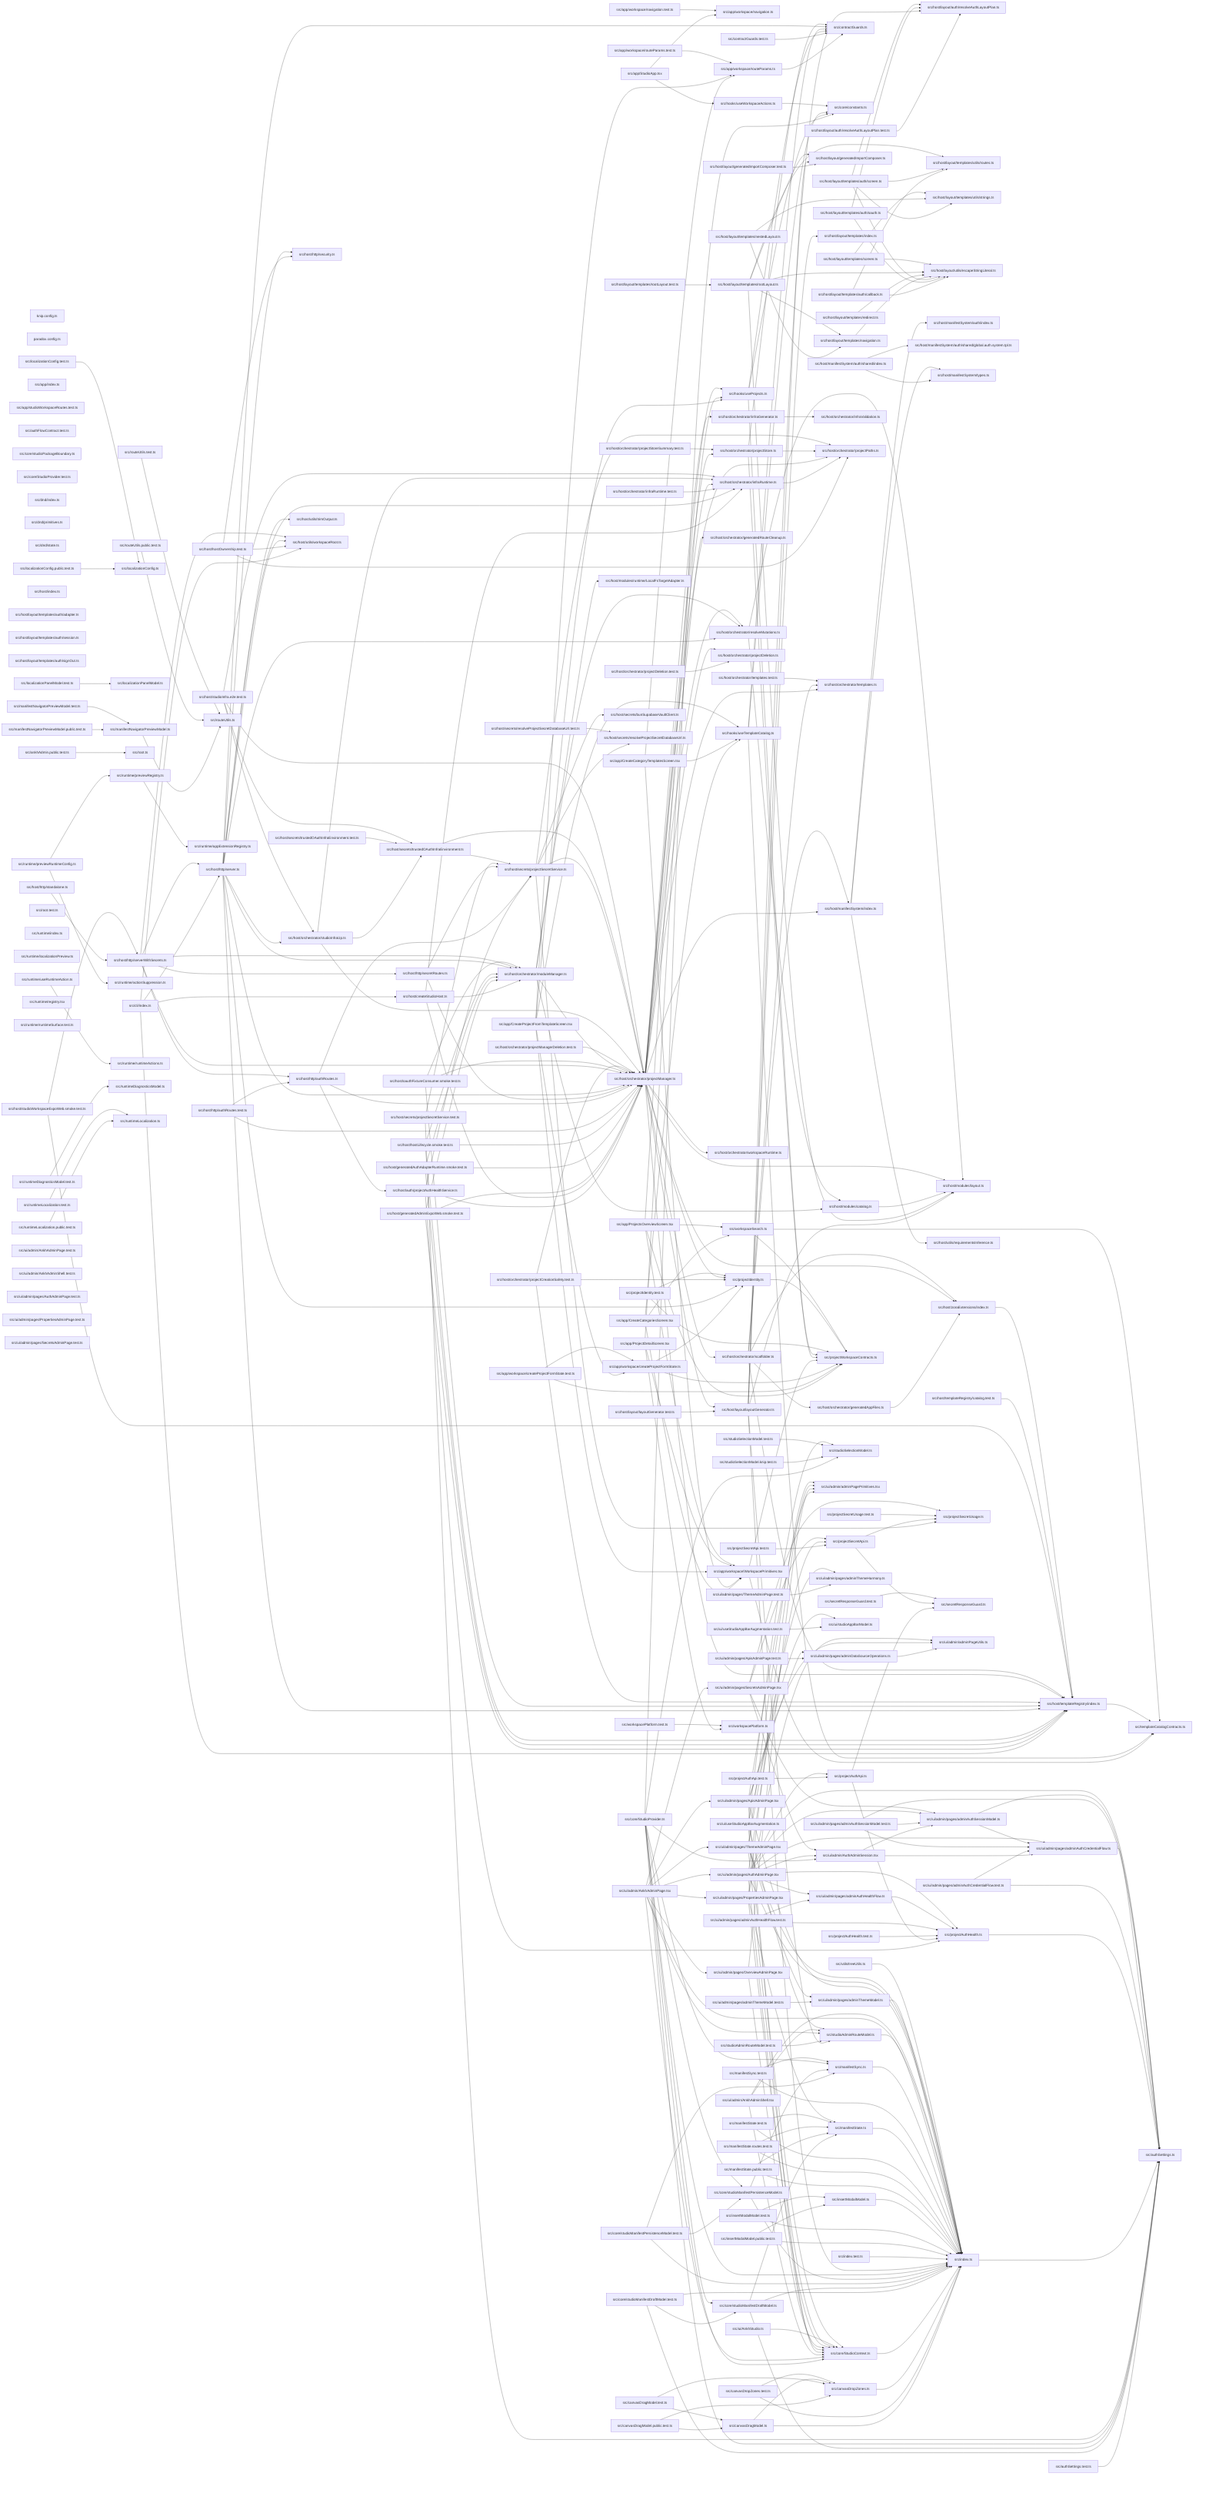
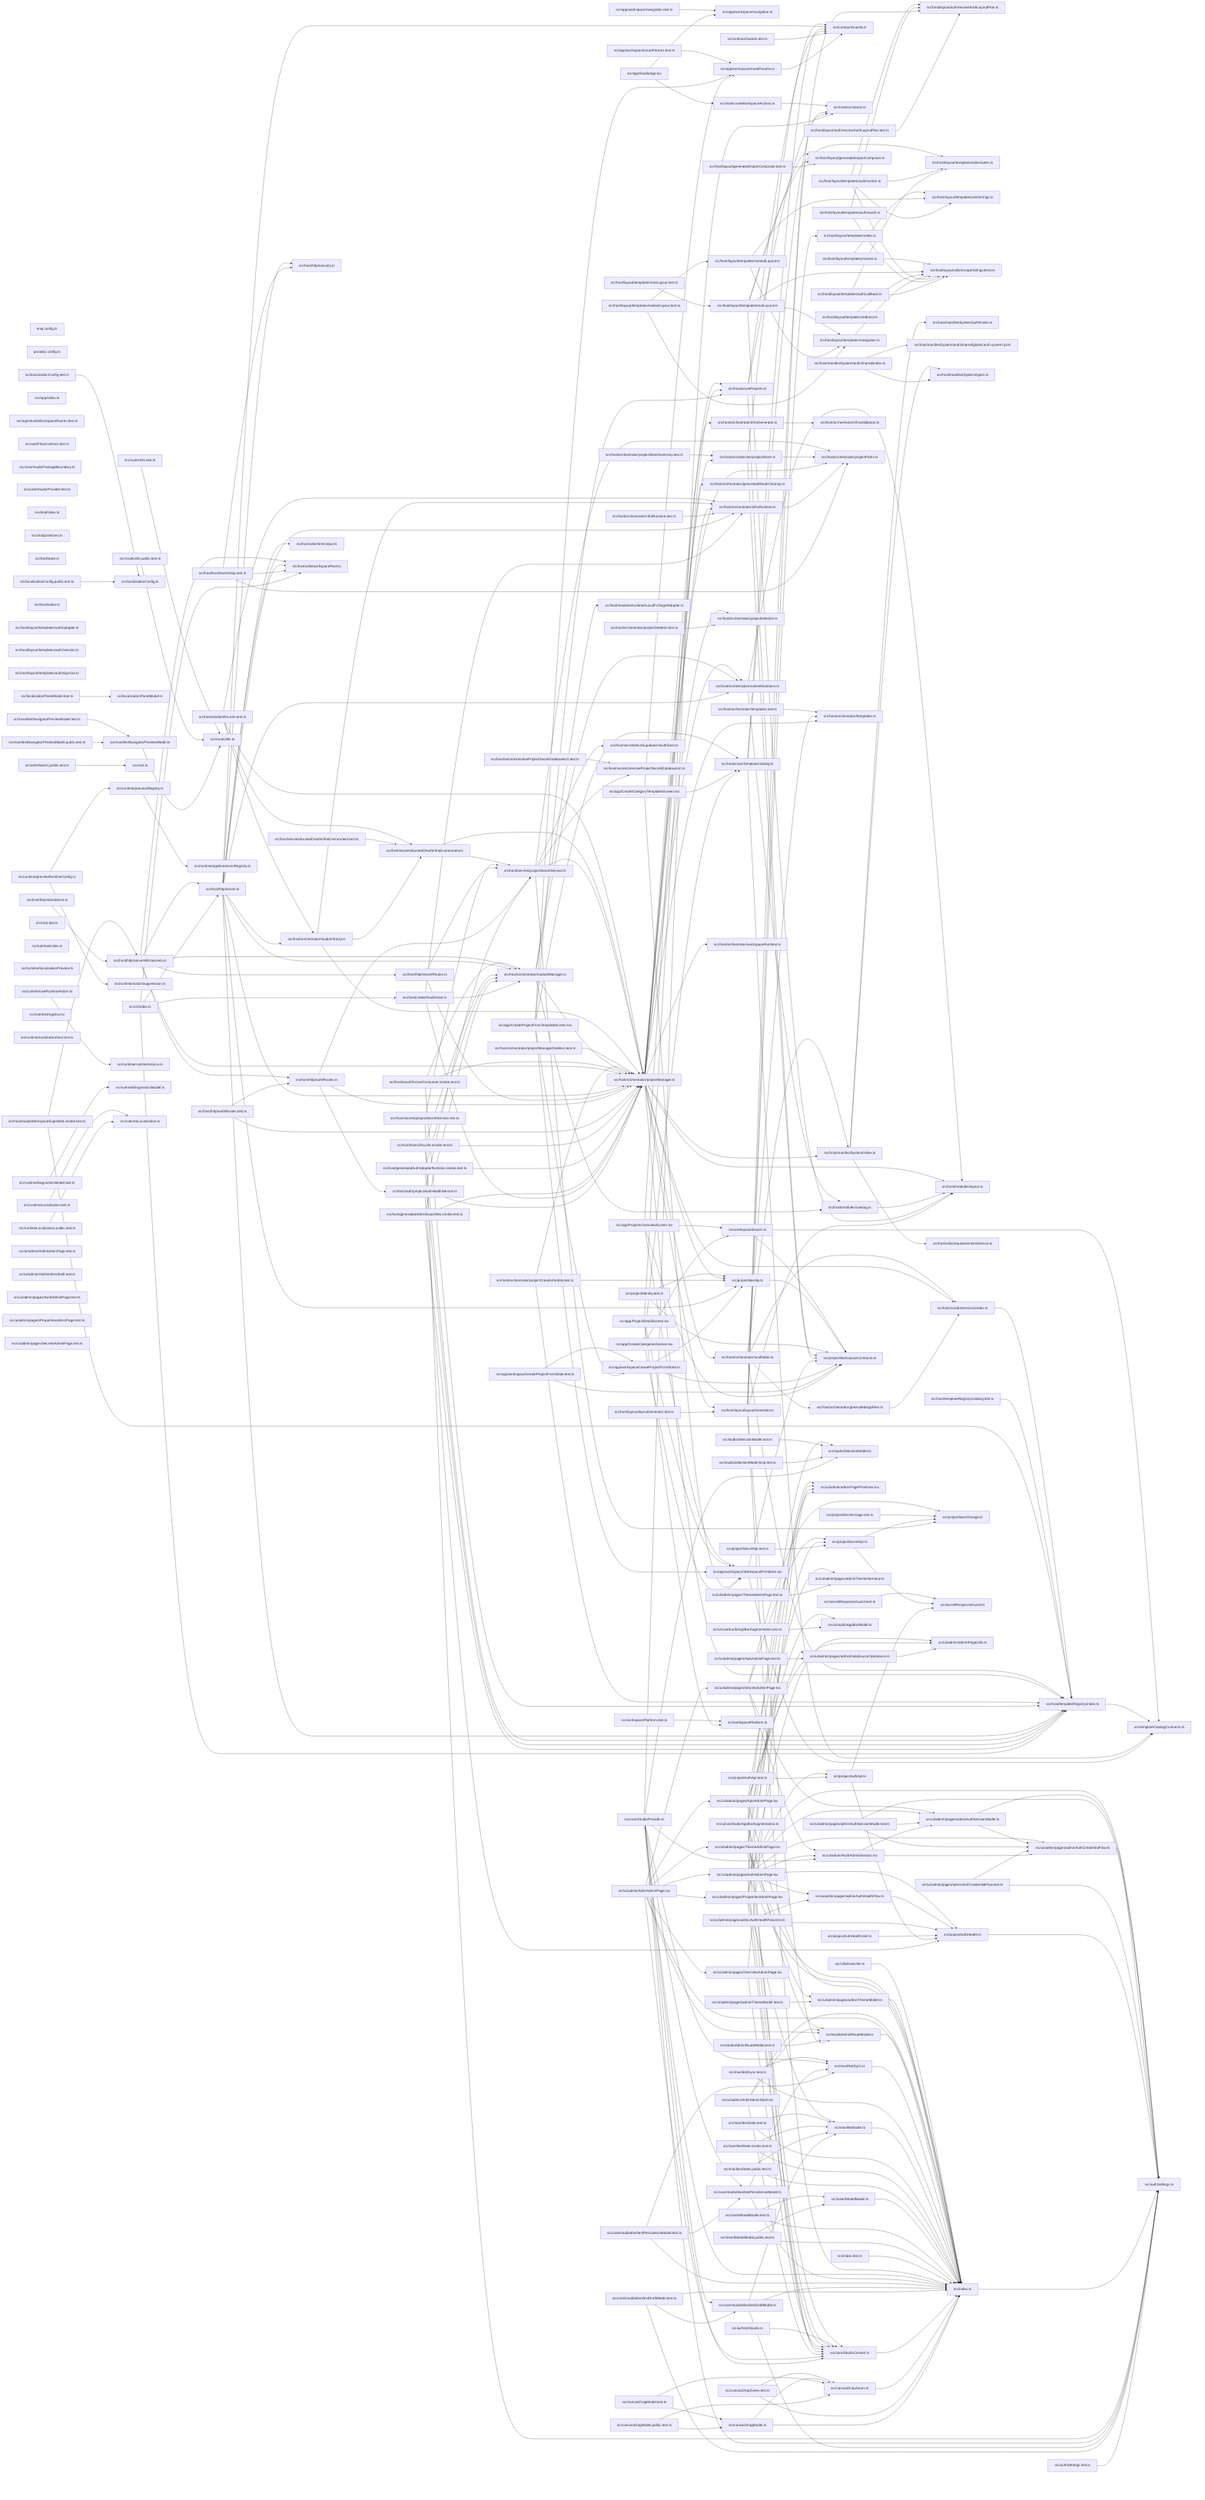
graph LR
  module_knip_config_ts["knip.config.ts"]
  module_paradox_config_ts["paradox.config.ts"]
  module_src_ankhAdmin_public_test_ts["src/ankhAdmin.public.test.ts"]
  module_src_app_CreateCategoriesScreen_tsx["src/app/CreateCategoriesScreen.tsx"]
  module_src_app_CreateCategoryTemplatesScreen_tsx["src/app/CreateCategoryTemplatesScreen.tsx"]
  module_src_app_CreateProjectFromTemplateScreen_tsx["src/app/CreateProjectFromTemplateScreen.tsx"]
  module_src_app_index_ts["src/app/index.ts"]
  module_src_app_ProjectDetailScreen_tsx["src/app/ProjectDetailScreen.tsx"]
  module_src_app_ProjectsOverviewScreen_tsx["src/app/ProjectsOverviewScreen.tsx"]
  module_src_app_StudioApp_tsx["src/app/StudioApp.tsx"]
  module_src_app_studioWorkspaceRoutes_test_ts["src/app/studioWorkspaceRoutes.test.ts"]
  module_src_app_workspace_createProjectFormState_test_ts["src/app/workspace/createProjectFormState.test.ts"]
  module_src_app_workspace_createProjectFormState_ts["src/app/workspace/createProjectFormState.ts"]
  module_src_app_workspace_navigation_test_ts["src/app/workspace/navigation.test.ts"]
  module_src_app_workspace_navigation_ts["src/app/workspace/navigation.ts"]
  module_src_app_workspace_routeParams_test_ts["src/app/workspace/routeParams.test.ts"]
  module_src_app_workspace_routeParams_ts["src/app/workspace/routeParams.ts"]
  module_src_app_workspace_WorkspacePrimitives_tsx["src/app/workspace/WorkspacePrimitives.tsx"]
  module_src_authFlowContract_test_ts["src/authFlowContract.test.ts"]
  module_src_authSettings_test_ts["src/authSettings.test.ts"]
  module_src_authSettings_ts["src/authSettings.ts"]
  module_src_canvasDragModel_public_test_ts["src/canvasDragModel.public.test.ts"]
  module_src_canvasDragModel_test_ts["src/canvasDragModel.test.ts"]
  module_src_canvasDragModel_ts["src/canvasDragModel.ts"]
  module_src_canvasDropZones_test_ts["src/canvasDropZones.test.ts"]
  module_src_canvasDropZones_ts["src/canvasDropZones.ts"]
  module_src_cli_index_ts["src/cli/index.ts"]
  module_src_contractGuards_test_ts["src/contractGuards.test.ts"]
  module_src_contractGuards_ts["src/contractGuards.ts"]
  module_src_core_constants_ts["src/core/constants.ts"]
  module_src_core_StudioContext_ts["src/core/StudioContext.ts"]
  module_src_core_studioManifestDraftModel_test_ts["src/core/studioManifestDraftModel.test.ts"]
  module_src_core_studioManifestDraftModel_ts["src/core/studioManifestDraftModel.ts"]
  module_src_core_studioManifestPersistenceModel_test_ts["src/core/studioManifestPersistenceModel.test.ts"]
  module_src_core_studioManifestPersistenceModel_ts["src/core/studioManifestPersistenceModel.ts"]
  module_src_core_studioPackageBoundary_ts["src/core/studioPackageBoundary.ts"]
  module_src_core_StudioProvider_test_ts["src/core/StudioProvider.test.ts"]
  module_src_core_StudioProvider_ts["src/core/StudioProvider.ts"]
  module_src_dnd_index_ts["src/dnd/index.ts"]
  module_src_dnd_primitives_ts["src/dnd/primitives.ts"]
  module_src_dnd_state_ts["src/dnd/state.ts"]
  module_src_hooks_useProjects_ts["src/hooks/useProjects.ts"]
  module_src_hooks_useTemplateCatalog_ts["src/hooks/useTemplateCatalog.ts"]
  module_src_hooks_useWorkspaceActions_ts["src/hooks/useWorkspaceActions.ts"]
  module_src_host_auth_projectAuthHealthService_ts["src/host/auth/projectAuthHealthService.ts"]
  module_src_host_createStudioHost_ts["src/host/createStudioHost.ts"]
  module_src_host_generatedAdminExpoWeb_smoke_test_ts["src/host/generatedAdminExpoWeb.smoke.test.ts"]
  module_src_host_generatedAuthAdapterRuntime_smoke_test_ts["src/host/generatedAuthAdapterRuntime.smoke.test.ts"]
  module_src_host_hostLifecycle_smoke_test_ts["src/host/hostLifecycle.smoke.test.ts"]
  module_src_host_hostOwnership_test_ts["src/host/hostOwnership.test.ts"]
  module_src_host_http_authRoutes_test_ts["src/host/http/authRoutes.test.ts"]
  module_src_host_http_authRoutes_ts["src/host/http/authRoutes.ts"]
  module_src_host_http_secretRoutes_ts["src/host/http/secretRoutes.ts"]
  module_src_host_http_security_ts["src/host/http/security.ts"]
  module_src_host_http_server_ts["src/host/http/server.ts"]
  module_src_host_http_serverWithSecrets_ts["src/host/http/serverWithSecrets.ts"]
  module_src_host_http_standalone_ts["src/host/http/standalone.ts"]
  module_src_host_index_ts["src/host/index.ts"]
  module_src_host_layout_auth_resolveAuthLayoutPlan_test_ts["src/host/layout/auth/resolveAuthLayoutPlan.test.ts"]
  module_src_host_layout_auth_resolveAuthLayoutPlan_ts["src/host/layout/auth/resolveAuthLayoutPlan.ts"]
  module_src_host_layout_generatedImportComposer_test_ts["src/host/layout/generatedImportComposer.test.ts"]
  module_src_host_layout_generatedImportComposer_ts["src/host/layout/generatedImportComposer.ts"]
  module_src_host_layout_layoutGenerator_test_ts["src/host/layout/layoutGenerator.test.ts"]
  module_src_host_layout_layoutGenerator_ts["src/host/layout/layoutGenerator.ts"]
  module_src_host_layout_templates_auth_adapter_ts["src/host/layout/templates/auth/adapter.ts"]
  module_src_host_layout_templates_auth_callback_ts["src/host/layout/templates/auth/callback.ts"]
  module_src_host_layout_templates_auth_oauth_ts["src/host/layout/templates/auth/oauth.ts"]
  module_src_host_layout_templates_auth_screen_ts["src/host/layout/templates/auth/screen.ts"]
  module_src_host_layout_templates_auth_session_ts["src/host/layout/templates/auth/session.ts"]
  module_src_host_layout_templates_auth_signOut_ts["src/host/layout/templates/auth/signOut.ts"]
  module_src_host_layout_templates_index_ts["src/host/layout/templates/index.ts"]
  module_src_host_layout_templates_navigation_ts["src/host/layout/templates/navigation.ts"]
+   module_src_host_layout_templates_nestedLayout_test_ts["src/host/layout/templates/nestedLayout.test.ts"]
  module_src_host_layout_templates_nestedLayout_ts["src/host/layout/templates/nestedLayout.ts"]
  module_src_host_layout_templates_redirect_ts["src/host/layout/templates/redirect.ts"]
  module_src_host_layout_templates_rootLayout_test_ts["src/host/layout/templates/rootLayout.test.ts"]
  module_src_host_layout_templates_rootLayout_ts["src/host/layout/templates/rootLayout.ts"]
  module_src_host_layout_templates_screen_ts["src/host/layout/templates/screen.ts"]
  module_src_host_layout_templates_utils_routes_ts["src/host/layout/templates/utils/routes.ts"]
  module_src_host_layout_templates_utils_strings_ts["src/host/layout/templates/utils/strings.ts"]
  module_src_host_layout_utils_escapeStringLiteral_ts["src/host/layout/utils/escapeStringLiteral.ts"]
  module_src_host_manifestSystem_auth_index_ts["src/host/manifestSystem/auth/index.ts"]
  module_src_host_manifestSystem_auth_shared_global_auth_system_tpl_ts["src/host/manifestSystem/auth/shared/global.auth.system.tpl.ts"]
  module_src_host_manifestSystem_auth_shared_index_ts["src/host/manifestSystem/auth/shared/index.ts"]
  module_src_host_manifestSystem_index_ts["src/host/manifestSystem/index.ts"]
  module_src_host_manifestSystem_types_ts["src/host/manifestSystem/types.ts"]
  module_src_host_modules_catalog_ts["src/host/modules/catalog.ts"]
  module_src_host_modules_layout_ts["src/host/modules/layout.ts"]
  module_src_host_modules_runtime_LocalFsTargetAdapter_ts["src/host/modules/runtime/LocalFsTargetAdapter.ts"]
  module_src_host_oauthFixtureConsumer_smoke_test_ts["src/host/oauthFixtureConsumer.smoke.test.ts"]
  module_src_host_orchestrator_generatedAppFiles_ts["src/host/orchestrator/generatedAppFiles.ts"]
  module_src_host_orchestrator_generatedRouteCleanup_ts["src/host/orchestrator/generatedRouteCleanup.ts"]
  module_src_host_orchestrator_infraGenerator_ts["src/host/orchestrator/infraGenerator.ts"]
  module_src_host_orchestrator_infraRuntime_test_ts["src/host/orchestrator/infraRuntime.test.ts"]
  module_src_host_orchestrator_infraRuntime_ts["src/host/orchestrator/infraRuntime.ts"]
  module_src_host_orchestrator_infraValidation_ts["src/host/orchestrator/infraValidation.ts"]
  module_src_host_orchestrator_moduleManager_ts["src/host/orchestrator/moduleManager.ts"]
  module_src_host_orchestrator_projectCreationSafety_test_ts["src/host/orchestrator/projectCreationSafety.test.ts"]
  module_src_host_orchestrator_projectDeletion_test_ts["src/host/orchestrator/projectDeletion.test.ts"]
  module_src_host_orchestrator_projectDeletion_ts["src/host/orchestrator/projectDeletion.ts"]
  module_src_host_orchestrator_projectManager_ts["src/host/orchestrator/projectManager.ts"]
  module_src_host_orchestrator_projectManagerDeletion_test_ts["src/host/orchestrator/projectManagerDeletion.test.ts"]
  module_src_host_orchestrator_projectPaths_ts["src/host/orchestrator/projectPaths.ts"]
  module_src_host_orchestrator_projectStore_ts["src/host/orchestrator/projectStore.ts"]
  module_src_host_orchestrator_projectStoreSummary_test_ts["src/host/orchestrator/projectStoreSummary.test.ts"]
  module_src_host_orchestrator_resolveMutations_ts["src/host/orchestrator/resolveMutations.ts"]
  module_src_host_orchestrator_scaffolder_ts["src/host/orchestrator/scaffolder.ts"]
  module_src_host_orchestrator_studioInfraUp_ts["src/host/orchestrator/studioInfraUp.ts"]
  module_src_host_orchestrator_templates_test_ts["src/host/orchestrator/templates.test.ts"]
  module_src_host_orchestrator_templates_ts["src/host/orchestrator/templates.ts"]
  module_src_host_orchestrator_workspaceRuntime_ts["src/host/orchestrator/workspaceRuntime.ts"]
  module_src_host_secrets_bunSupabaseVaultClient_ts["src/host/secrets/bunSupabaseVaultClient.ts"]
  module_src_host_secrets_projectSecretService_test_ts["src/host/secrets/projectSecretService.test.ts"]
  module_src_host_secrets_projectSecretService_ts["src/host/secrets/projectSecretService.ts"]
  module_src_host_secrets_resolveProjectSecretDatabaseUrl_test_ts["src/host/secrets/resolveProjectSecretDatabaseUrl.test.ts"]
  module_src_host_secrets_resolveProjectSecretDatabaseUrl_ts["src/host/secrets/resolveProjectSecretDatabaseUrl.ts"]
  module_src_host_secrets_trustedOAuthInfraEnvironment_test_ts["src/host/secrets/trustedOAuthInfraEnvironment.test.ts"]
  module_src_host_secrets_trustedOAuthInfraEnvironment_ts["src/host/secrets/trustedOAuthInfraEnvironment.ts"]
  module_src_host_studioInfra_e2e_test_ts["src/host/studioInfra.e2e.test.ts"]
  module_src_host_studioWorkspaceExpoWeb_smoke_test_ts["src/host/studioWorkspaceExpoWeb.smoke.test.ts"]
  module_src_host_templateRegistry_catalog_test_ts["src/host/templateRegistry/catalog.test.ts"]
  module_src_host_templateRegistry_index_ts["src/host/templateRegistry/index.ts"]
  module_src_host_utils_requirementsInference_ts["src/host/utils/requirementsInference.ts"]
  module_src_host_utils_trimOutput_ts["src/host/utils/trimOutput.ts"]
  module_src_host_utils_workspaceRoot_ts["src/host/utils/workspaceRoot.ts"]
  module_src_host_zoraExtensions_index_ts["src/host/zoraExtensions/index.ts"]
  module_src_index_test_ts["src/index.test.ts"]
  module_src_index_ts["src/index.ts"]
  module_src_insertModalModel_public_test_ts["src/insertModalModel.public.test.ts"]
  module_src_insertModalModel_test_ts["src/insertModalModel.test.ts"]
  module_src_insertModalModel_ts["src/insertModalModel.ts"]
  module_src_localizationConfig_public_test_ts["src/localizationConfig.public.test.ts"]
  module_src_localizationConfig_test_ts["src/localizationConfig.test.ts"]
  module_src_localizationConfig_ts["src/localizationConfig.ts"]
  module_src_localizationPanelModel_test_ts["src/localizationPanelModel.test.ts"]
  module_src_localizationPanelModel_ts["src/localizationPanelModel.ts"]
  module_src_manifestNavigatorPreviewModel_public_test_ts["src/manifestNavigatorPreviewModel.public.test.ts"]
  module_src_manifestNavigatorPreviewModel_test_ts["src/manifestNavigatorPreviewModel.test.ts"]
  module_src_manifestNavigatorPreviewModel_ts["src/manifestNavigatorPreviewModel.ts"]
  module_src_manifestState_public_test_ts["src/manifestState.public.test.ts"]
  module_src_manifestState_routes_test_ts["src/manifestState.routes.test.ts"]
  module_src_manifestState_test_ts["src/manifestState.test.ts"]
  module_src_manifestState_ts["src/manifestState.ts"]
  module_src_manifestSync_test_ts["src/manifestSync.test.ts"]
  module_src_manifestSync_ts["src/manifestSync.ts"]
  module_src_projectAuthApi_test_ts["src/projectAuthApi.test.ts"]
  module_src_projectAuthApi_ts["src/projectAuthApi.ts"]
  module_src_projectAuthHealth_test_ts["src/projectAuthHealth.test.ts"]
  module_src_projectAuthHealth_ts["src/projectAuthHealth.ts"]
  module_src_projectIdentity_test_ts["src/projectIdentity.test.ts"]
  module_src_projectIdentity_ts["src/projectIdentity.ts"]
  module_src_projectSecretApi_test_ts["src/projectSecretApi.test.ts"]
  module_src_projectSecretApi_ts["src/projectSecretApi.ts"]
  module_src_projectSecretUsage_test_ts["src/projectSecretUsage.test.ts"]
  module_src_projectSecretUsage_ts["src/projectSecretUsage.ts"]
  module_src_projectWorkspaceContracts_ts["src/projectWorkspaceContracts.ts"]
  module_src_root_test_ts["src/root.test.ts"]
  module_src_root_ts["src/root.ts"]
  module_src_routeUtils_public_test_ts["src/routeUtils.public.test.ts"]
  module_src_routeUtils_test_ts["src/routeUtils.test.ts"]
  module_src_routeUtils_ts["src/routeUtils.ts"]
  module_src_runtime_actionSuppression_ts["src/runtime/actionSuppression.ts"]
  module_src_runtime_appExtensionRegistry_ts["src/runtime/appExtensionRegistry.ts"]
  module_src_runtime_index_ts["src/runtime/index.ts"]
  module_src_runtime_localizationPreview_ts["src/runtime/localizationPreview.ts"]
  module_src_runtime_previewRegistry_ts["src/runtime/previewRegistry.ts"]
  module_src_runtime_previewRuntimeConfig_ts["src/runtime/previewRuntimeConfig.ts"]
  module_src_runtime_registry_tsx["src/runtime/registry.tsx"]
  module_src_runtime_runtimeActions_ts["src/runtime/runtimeActions.ts"]
  module_src_runtime_runtimeSurface_test_ts["src/runtime/runtimeSurface.test.ts"]
  module_src_runtime_useRuntimeAction_ts["src/runtime/useRuntimeAction.ts"]
  module_src_runtimeDiagnosticsModel_test_ts["src/runtimeDiagnosticsModel.test.ts"]
  module_src_runtimeDiagnosticsModel_ts["src/runtimeDiagnosticsModel.ts"]
  module_src_runtimeLocalization_public_test_ts["src/runtimeLocalization.public.test.ts"]
  module_src_runtimeLocalization_test_ts["src/runtimeLocalization.test.ts"]
  module_src_runtimeLocalization_ts["src/runtimeLocalization.ts"]
  module_src_secretResponseGuard_test_ts["src/secretResponseGuard.test.ts"]
  module_src_secretResponseGuard_ts["src/secretResponseGuard.ts"]
  module_src_studioAdminRouteModel_test_ts["src/studioAdminRouteModel.test.ts"]
  module_src_studioAdminRouteModel_ts["src/studioAdminRouteModel.ts"]
  module_src_studioSelectionModel_knip_test_ts["src/studioSelectionModel.knip.test.ts"]
  module_src_studioSelectionModel_test_ts["src/studioSelectionModel.test.ts"]
  module_src_studioSelectionModel_ts["src/studioSelectionModel.ts"]
  module_src_templateCatalogContracts_ts["src/templateCatalogContracts.ts"]
  module_src_ui_admin_adminPagePrimitives_tsx["src/ui/admin/adminPagePrimitives.tsx"]
  module_src_ui_admin_adminPageUtils_ts["src/ui/admin/adminPageUtils.ts"]
  module_src_ui_admin_AnkhAdminPage_test_ts["src/ui/admin/AnkhAdminPage.test.ts"]
  module_src_ui_admin_AnkhAdminPage_tsx["src/ui/admin/AnkhAdminPage.tsx"]
  module_src_ui_admin_AnkhAdminShell_test_ts["src/ui/admin/AnkhAdminShell.test.ts"]
  module_src_ui_admin_AnkhAdminShell_tsx["src/ui/admin/AnkhAdminShell.tsx"]
  module_src_ui_admin_AuthAdminSession_tsx["src/ui/admin/AuthAdminSession.tsx"]
  module_src_ui_admin_pages_adminAuthCredentialFlow_test_ts["src/ui/admin/pages/adminAuthCredentialFlow.test.ts"]
  module_src_ui_admin_pages_adminAuthCredentialFlow_ts["src/ui/admin/pages/adminAuthCredentialFlow.ts"]
  module_src_ui_admin_pages_adminAuthHealthFlow_test_ts["src/ui/admin/pages/adminAuthHealthFlow.test.ts"]
  module_src_ui_admin_pages_adminAuthHealthFlow_ts["src/ui/admin/pages/adminAuthHealthFlow.ts"]
  module_src_ui_admin_pages_adminAuthSessionModel_test_ts["src/ui/admin/pages/adminAuthSessionModel.test.ts"]
  module_src_ui_admin_pages_adminAuthSessionModel_ts["src/ui/admin/pages/adminAuthSessionModel.ts"]
  module_src_ui_admin_pages_adminDataSourceOperations_ts["src/ui/admin/pages/adminDataSourceOperations.ts"]
  module_src_ui_admin_pages_adminThemeHarmony_ts["src/ui/admin/pages/adminThemeHarmony.ts"]
  module_src_ui_admin_pages_adminThemeModel_test_ts["src/ui/admin/pages/adminThemeModel.test.ts"]
  module_src_ui_admin_pages_adminThemeModel_ts["src/ui/admin/pages/adminThemeModel.ts"]
  module_src_ui_admin_pages_ApisAdminPage_test_ts["src/ui/admin/pages/ApisAdminPage.test.ts"]
  module_src_ui_admin_pages_ApisAdminPage_tsx["src/ui/admin/pages/ApisAdminPage.tsx"]
  module_src_ui_admin_pages_AuthAdminPage_test_ts["src/ui/admin/pages/AuthAdminPage.test.ts"]
  module_src_ui_admin_pages_AuthAdminPage_tsx["src/ui/admin/pages/AuthAdminPage.tsx"]
  module_src_ui_admin_pages_OverviewAdminPage_tsx["src/ui/admin/pages/OverviewAdminPage.tsx"]
  module_src_ui_admin_pages_PropertiesAdminPage_test_ts["src/ui/admin/pages/PropertiesAdminPage.test.ts"]
  module_src_ui_admin_pages_PropertiesAdminPage_tsx["src/ui/admin/pages/PropertiesAdminPage.tsx"]
  module_src_ui_admin_pages_SecretsAdminPage_test_ts["src/ui/admin/pages/SecretsAdminPage.test.ts"]
  module_src_ui_admin_pages_SecretsAdminPage_tsx["src/ui/admin/pages/SecretsAdminPage.tsx"]
  module_src_ui_admin_pages_ThemeAdminPage_test_ts["src/ui/admin/pages/ThemeAdminPage.test.ts"]
  module_src_ui_admin_pages_ThemeAdminPage_tsx["src/ui/admin/pages/ThemeAdminPage.tsx"]
  module_src_ui_AnkhStudio_ts["src/ui/AnkhStudio.ts"]
  module_src_ui_studioAppBarModel_ts["src/ui/studioAppBarModel.ts"]
  module_src_ui_useStudioAppBarAugmentation_test_ts["src/ui/useStudioAppBarAugmentation.test.ts"]
  module_src_ui_useStudioAppBarAugmentation_ts["src/ui/useStudioAppBarAugmentation.ts"]
  module_src_utils_treeUtils_ts["src/utils/treeUtils.ts"]
  module_src_workspacePlatform_test_ts["src/workspacePlatform.test.ts"]
  module_src_workspacePlatform_ts["src/workspacePlatform.ts"]
  module_src_workspaceSearch_ts["src/workspaceSearch.ts"]
  module_src_ankhAdmin_public_test_ts --> module_src_root_ts
  module_src_app_CreateCategoriesScreen_tsx --> module_src_app_workspace_WorkspacePrimitives_tsx
  module_src_app_CreateCategoriesScreen_tsx --> module_src_hooks_useTemplateCatalog_ts
  module_src_app_CreateCategoriesScreen_tsx --> module_src_workspaceSearch_ts
  module_src_app_CreateCategoryTemplatesScreen_tsx --> module_src_app_workspace_routeParams_ts
  module_src_app_CreateCategoryTemplatesScreen_tsx --> module_src_app_workspace_WorkspacePrimitives_tsx
  module_src_app_CreateCategoryTemplatesScreen_tsx --> module_src_hooks_useTemplateCatalog_ts
  module_src_app_CreateProjectFromTemplateScreen_tsx --> module_src_app_workspace_createProjectFormState_ts
  module_src_app_CreateProjectFromTemplateScreen_tsx --> module_src_app_workspace_routeParams_ts
  module_src_app_CreateProjectFromTemplateScreen_tsx --> module_src_app_workspace_WorkspacePrimitives_tsx
  module_src_app_CreateProjectFromTemplateScreen_tsx --> module_src_hooks_useProjects_ts
  module_src_app_CreateProjectFromTemplateScreen_tsx --> module_src_hooks_useTemplateCatalog_ts
  module_src_app_ProjectDetailScreen_tsx --> module_src_app_workspace_WorkspacePrimitives_tsx
  module_src_app_ProjectDetailScreen_tsx --> module_src_hooks_useProjects_ts
  module_src_app_ProjectDetailScreen_tsx --> module_src_workspacePlatform_ts
  module_src_app_ProjectsOverviewScreen_tsx --> module_src_app_workspace_WorkspacePrimitives_tsx
  module_src_app_ProjectsOverviewScreen_tsx --> module_src_hooks_useProjects_ts
  module_src_app_ProjectsOverviewScreen_tsx --> module_src_projectWorkspaceContracts_ts
  module_src_app_ProjectsOverviewScreen_tsx --> module_src_workspaceSearch_ts
  module_src_app_StudioApp_tsx --> module_src_app_workspace_navigation_ts
  module_src_app_StudioApp_tsx --> module_src_hooks_useWorkspaceActions_ts
  module_src_app_workspace_createProjectFormState_test_ts --> module_src_app_workspace_createProjectFormState_ts
  module_src_app_workspace_createProjectFormState_test_ts --> module_src_projectWorkspaceContracts_ts
  module_src_app_workspace_createProjectFormState_ts --> module_src_projectIdentity_ts
  module_src_app_workspace_createProjectFormState_ts --> module_src_projectWorkspaceContracts_ts
  module_src_app_workspace_navigation_test_ts --> module_src_app_workspace_navigation_ts
  module_src_app_workspace_routeParams_test_ts --> module_src_app_workspace_routeParams_ts
  module_src_app_workspace_routeParams_ts --> module_src_contractGuards_ts
  module_src_app_workspace_WorkspacePrimitives_tsx --> module_src_projectWorkspaceContracts_ts
  module_src_app_workspace_WorkspacePrimitives_tsx --> module_src_templateCatalogContracts_ts
  module_src_authSettings_test_ts --> module_src_authSettings_ts
  module_src_canvasDragModel_public_test_ts --> module_src_canvasDragModel_ts
  module_src_canvasDragModel_public_test_ts --> module_src_canvasDropZones_ts
  module_src_canvasDragModel_test_ts --> module_src_canvasDragModel_ts
  module_src_canvasDragModel_test_ts --> module_src_canvasDropZones_ts
  module_src_canvasDragModel_ts --> module_src_canvasDropZones_ts
  module_src_canvasDragModel_ts --> module_src_index_ts
  module_src_canvasDropZones_test_ts --> module_src_canvasDropZones_ts
  module_src_canvasDropZones_test_ts --> module_src_index_ts
  module_src_canvasDropZones_ts --> module_src_index_ts
  module_src_cli_index_ts --> module_src_host_createStudioHost_ts
  module_src_cli_index_ts --> module_src_host_http_server_ts
  module_src_cli_index_ts --> module_src_host_templateRegistry_index_ts
  module_src_cli_index_ts --> module_src_host_utils_workspaceRoot_ts
  module_src_contractGuards_test_ts --> module_src_contractGuards_ts
  module_src_core_StudioContext_ts --> module_src_index_ts
  module_src_core_studioManifestDraftModel_test_ts --> module_src_authSettings_ts
  module_src_core_studioManifestDraftModel_test_ts --> module_src_core_studioManifestDraftModel_ts
  module_src_core_studioManifestDraftModel_test_ts --> module_src_index_ts
  module_src_core_studioManifestDraftModel_ts --> module_src_authSettings_ts
  module_src_core_studioManifestDraftModel_ts --> module_src_index_ts
  module_src_core_studioManifestDraftModel_ts --> module_src_manifestState_ts
  module_src_core_studioManifestPersistenceModel_test_ts --> module_src_core_studioManifestPersistenceModel_ts
  module_src_core_studioManifestPersistenceModel_test_ts --> module_src_index_ts
  module_src_core_studioManifestPersistenceModel_test_ts --> module_src_manifestSync_ts
  module_src_core_studioManifestPersistenceModel_ts --> module_src_index_ts
  module_src_core_studioManifestPersistenceModel_ts --> module_src_manifestSync_ts
  module_src_core_StudioProvider_ts --> module_src_authSettings_ts
  module_src_core_StudioProvider_ts --> module_src_core_constants_ts
  module_src_core_StudioProvider_ts --> module_src_core_StudioContext_ts
  module_src_core_StudioProvider_ts --> module_src_core_studioManifestDraftModel_ts
  module_src_core_StudioProvider_ts --> module_src_core_studioManifestPersistenceModel_ts
  module_src_core_StudioProvider_ts --> module_src_index_ts
  module_src_core_StudioProvider_ts --> module_src_manifestSync_ts
  module_src_core_StudioProvider_ts --> module_src_studioSelectionModel_ts
  module_src_core_StudioProvider_ts --> module_src_ui_admin_AuthAdminSession_tsx
  module_src_hooks_useProjects_ts --> module_src_contractGuards_ts
  module_src_hooks_useProjects_ts --> module_src_core_constants_ts
  module_src_hooks_useProjects_ts --> module_src_projectWorkspaceContracts_ts
  module_src_hooks_useTemplateCatalog_ts --> module_src_contractGuards_ts
  module_src_hooks_useTemplateCatalog_ts --> module_src_core_constants_ts
  module_src_hooks_useTemplateCatalog_ts --> module_src_templateCatalogContracts_ts
  module_src_hooks_useWorkspaceActions_ts --> module_src_core_constants_ts
  module_src_host_auth_projectAuthHealthService_ts --> module_src_host_orchestrator_projectManager_ts
  module_src_host_auth_projectAuthHealthService_ts --> module_src_host_secrets_projectSecretService_ts
  module_src_host_auth_projectAuthHealthService_ts --> module_src_projectAuthHealth_ts
  module_src_host_createStudioHost_ts --> module_src_host_orchestrator_infraRuntime_ts
  module_src_host_createStudioHost_ts --> module_src_host_orchestrator_moduleManager_ts
  module_src_host_createStudioHost_ts --> module_src_host_orchestrator_projectManager_ts
  module_src_host_generatedAdminExpoWeb_smoke_test_ts --> module_src_host_orchestrator_moduleManager_ts
  module_src_host_generatedAdminExpoWeb_smoke_test_ts --> module_src_host_orchestrator_projectManager_ts
  module_src_host_generatedAdminExpoWeb_smoke_test_ts --> module_src_host_templateRegistry_index_ts
  module_src_host_generatedAuthAdapterRuntime_smoke_test_ts --> module_src_host_orchestrator_moduleManager_ts
  module_src_host_generatedAuthAdapterRuntime_smoke_test_ts --> module_src_host_orchestrator_projectManager_ts
  module_src_host_generatedAuthAdapterRuntime_smoke_test_ts --> module_src_host_templateRegistry_index_ts
  module_src_host_hostLifecycle_smoke_test_ts --> module_src_host_orchestrator_moduleManager_ts
  module_src_host_hostLifecycle_smoke_test_ts --> module_src_host_orchestrator_projectManager_ts
  module_src_host_hostLifecycle_smoke_test_ts --> module_src_host_templateRegistry_index_ts
  module_src_host_hostOwnership_test_ts --> module_src_host_http_security_ts
  module_src_host_hostOwnership_test_ts --> module_src_host_orchestrator_projectPaths_ts
  module_src_host_hostOwnership_test_ts --> module_src_host_utils_workspaceRoot_ts
  module_src_host_http_authRoutes_test_ts --> module_src_host_http_authRoutes_ts
  module_src_host_http_authRoutes_test_ts --> module_src_host_orchestrator_projectManager_ts
  module_src_host_http_authRoutes_ts --> module_src_host_auth_projectAuthHealthService_ts
  module_src_host_http_authRoutes_ts --> module_src_host_orchestrator_projectManager_ts
  module_src_host_http_authRoutes_ts --> module_src_host_secrets_projectSecretService_ts
  module_src_host_http_secretRoutes_ts --> module_src_host_orchestrator_projectManager_ts
  module_src_host_http_secretRoutes_ts --> module_src_host_secrets_projectSecretService_ts
  module_src_host_http_server_ts --> module_src_contractGuards_ts
  module_src_host_http_server_ts --> module_src_host_http_security_ts
  module_src_host_http_server_ts --> module_src_host_orchestrator_infraRuntime_ts
  module_src_host_http_server_ts --> module_src_host_orchestrator_moduleManager_ts
  module_src_host_http_server_ts --> module_src_host_orchestrator_projectManager_ts
  module_src_host_http_server_ts --> module_src_host_orchestrator_resolveMutations_ts
  module_src_host_http_server_ts --> module_src_host_orchestrator_studioInfraUp_ts
  module_src_host_http_server_ts --> module_src_host_templateRegistry_index_ts
  module_src_host_http_server_ts --> module_src_host_utils_trimOutput_ts
  module_src_host_http_server_ts --> module_src_host_utils_workspaceRoot_ts
  module_src_host_http_server_ts --> module_src_projectIdentity_ts
  module_src_host_http_serverWithSecrets_ts --> module_src_host_http_authRoutes_ts
  module_src_host_http_serverWithSecrets_ts --> module_src_host_http_secretRoutes_ts
  module_src_host_http_serverWithSecrets_ts --> module_src_host_http_server_ts
  module_src_host_http_serverWithSecrets_ts --> module_src_host_orchestrator_moduleManager_ts
  module_src_host_http_serverWithSecrets_ts --> module_src_host_orchestrator_projectManager_ts
  module_src_host_http_serverWithSecrets_ts --> module_src_host_utils_workspaceRoot_ts
  module_src_host_http_standalone_ts --> module_src_host_http_serverWithSecrets_ts
  module_src_host_layout_auth_resolveAuthLayoutPlan_test_ts --> module_src_host_layout_auth_resolveAuthLayoutPlan_ts
  module_src_host_layout_generatedImportComposer_test_ts --> module_src_host_layout_generatedImportComposer_ts
  module_src_host_layout_layoutGenerator_test_ts --> module_src_host_layout_layoutGenerator_ts
  module_src_host_layout_layoutGenerator_ts --> module_src_host_layout_auth_resolveAuthLayoutPlan_ts
  module_src_host_layout_layoutGenerator_ts --> module_src_host_layout_generatedImportComposer_ts
  module_src_host_layout_layoutGenerator_ts --> module_src_host_layout_templates_index_ts
  module_src_host_layout_layoutGenerator_ts --> module_src_host_modules_layout_ts
  module_src_host_layout_layoutGenerator_ts --> module_src_index_ts
  module_src_host_layout_layoutGenerator_ts --> module_src_studioAdminRouteModel_ts
  module_src_host_layout_templates_auth_callback_ts --> module_src_host_layout_templates_utils_routes_ts
  module_src_host_layout_templates_auth_callback_ts --> module_src_host_layout_utils_escapeStringLiteral_ts
  module_src_host_layout_templates_auth_oauth_ts --> module_src_host_layout_auth_resolveAuthLayoutPlan_ts
  module_src_host_layout_templates_auth_oauth_ts --> module_src_host_layout_utils_escapeStringLiteral_ts
  module_src_host_layout_templates_auth_screen_ts --> module_src_host_layout_auth_resolveAuthLayoutPlan_ts
  module_src_host_layout_templates_auth_screen_ts --> module_src_host_layout_templates_utils_routes_ts
  module_src_host_layout_templates_auth_screen_ts --> module_src_host_layout_templates_utils_strings_ts
  module_src_host_layout_templates_auth_screen_ts --> module_src_host_layout_utils_escapeStringLiteral_ts
  module_src_host_layout_templates_navigation_ts --> module_src_host_layout_utils_escapeStringLiteral_ts
+   module_src_host_layout_templates_nestedLayout_test_ts --> module_src_host_layout_templates_navigation_ts
+   module_src_host_layout_templates_nestedLayout_test_ts --> module_src_host_layout_templates_nestedLayout_ts
  module_src_host_layout_templates_nestedLayout_ts --> module_src_host_layout_templates_navigation_ts
  module_src_host_layout_templates_nestedLayout_ts --> module_src_host_layout_templates_utils_strings_ts
  module_src_host_layout_templates_redirect_ts --> module_src_host_layout_utils_escapeStringLiteral_ts
  module_src_host_layout_templates_rootLayout_test_ts --> module_src_host_layout_templates_rootLayout_ts
  module_src_host_layout_templates_rootLayout_ts --> module_src_host_layout_generatedImportComposer_ts
  module_src_host_layout_templates_rootLayout_ts --> module_src_host_layout_templates_navigation_ts
  module_src_host_layout_templates_rootLayout_ts --> module_src_host_layout_templates_utils_routes_ts
  module_src_host_layout_templates_rootLayout_ts --> module_src_host_layout_utils_escapeStringLiteral_ts
  module_src_host_layout_templates_rootLayout_ts --> module_src_host_modules_layout_ts
  module_src_host_layout_templates_screen_ts --> module_src_host_layout_templates_utils_strings_ts
  module_src_host_layout_templates_screen_ts --> module_src_host_layout_utils_escapeStringLiteral_ts
  module_src_host_manifestSystem_auth_shared_index_ts --> module_src_host_manifestSystem_auth_shared_global_auth_system_tpl_ts
  module_src_host_manifestSystem_auth_shared_index_ts --> module_src_host_manifestSystem_types_ts
  module_src_host_manifestSystem_index_ts --> module_src_host_manifestSystem_auth_index_ts
  module_src_host_manifestSystem_index_ts --> module_src_host_manifestSystem_types_ts
  module_src_host_manifestSystem_index_ts --> module_src_host_utils_requirementsInference_ts
  module_src_host_modules_catalog_ts --> module_src_host_modules_layout_ts
  module_src_host_oauthFixtureConsumer_smoke_test_ts --> module_src_host_orchestrator_moduleManager_ts
  module_src_host_oauthFixtureConsumer_smoke_test_ts --> module_src_host_orchestrator_projectManager_ts
  module_src_host_oauthFixtureConsumer_smoke_test_ts --> module_src_host_templateRegistry_index_ts
  module_src_host_orchestrator_generatedAppFiles_ts --> module_src_host_zoraExtensions_index_ts
  module_src_host_orchestrator_infraGenerator_ts --> module_src_host_orchestrator_infraValidation_ts
  module_src_host_orchestrator_infraRuntime_test_ts --> module_src_host_orchestrator_infraRuntime_ts
  module_src_host_orchestrator_infraRuntime_ts --> module_src_host_orchestrator_projectPaths_ts
  module_src_host_orchestrator_moduleManager_ts --> module_src_host_modules_catalog_ts
  module_src_host_orchestrator_moduleManager_ts --> module_src_host_modules_runtime_LocalFsTargetAdapter_ts
  module_src_host_orchestrator_moduleManager_ts --> module_src_host_orchestrator_projectManager_ts
  module_src_host_orchestrator_moduleManager_ts --> module_src_host_orchestrator_resolveMutations_ts
  module_src_host_orchestrator_projectCreationSafety_test_ts --> module_src_host_orchestrator_projectManager_ts
  module_src_host_orchestrator_projectCreationSafety_test_ts --> module_src_host_templateRegistry_index_ts
  module_src_host_orchestrator_projectCreationSafety_test_ts --> module_src_projectIdentity_ts
  module_src_host_orchestrator_projectDeletion_test_ts --> module_src_host_orchestrator_projectDeletion_ts
  module_src_host_orchestrator_projectManager_ts --> module_src_host_layout_layoutGenerator_ts
  module_src_host_orchestrator_projectManager_ts --> module_src_host_manifestSystem_index_ts
  module_src_host_orchestrator_projectManager_ts --> module_src_host_modules_layout_ts
  module_src_host_orchestrator_projectManager_ts --> module_src_host_orchestrator_generatedRouteCleanup_ts
  module_src_host_orchestrator_projectManager_ts --> module_src_host_orchestrator_infraGenerator_ts
  module_src_host_orchestrator_projectManager_ts --> module_src_host_orchestrator_infraRuntime_ts
  module_src_host_orchestrator_projectManager_ts --> module_src_host_orchestrator_projectDeletion_ts
  module_src_host_orchestrator_projectManager_ts --> module_src_host_orchestrator_projectPaths_ts
  module_src_host_orchestrator_projectManager_ts --> module_src_host_orchestrator_projectStore_ts
  module_src_host_orchestrator_projectManager_ts --> module_src_host_orchestrator_resolveMutations_ts
  module_src_host_orchestrator_projectManager_ts --> module_src_host_orchestrator_scaffolder_ts
  module_src_host_orchestrator_projectManager_ts --> module_src_host_orchestrator_templates_ts
  module_src_host_orchestrator_projectManager_ts --> module_src_host_orchestrator_workspaceRuntime_ts
  module_src_host_orchestrator_projectManager_ts --> module_src_host_templateRegistry_index_ts
  module_src_host_orchestrator_projectManager_ts --> module_src_host_zoraExtensions_index_ts
  module_src_host_orchestrator_projectManager_ts --> module_src_projectIdentity_ts
  module_src_host_orchestrator_projectManagerDeletion_test_ts --> module_src_host_orchestrator_projectManager_ts
  module_src_host_orchestrator_projectStore_ts --> module_src_contractGuards_ts
  module_src_host_orchestrator_projectStore_ts --> module_src_host_orchestrator_projectPaths_ts
  module_src_host_orchestrator_projectStore_ts --> module_src_projectWorkspaceContracts_ts
  module_src_host_orchestrator_projectStoreSummary_test_ts --> module_src_host_orchestrator_projectStore_ts
  module_src_host_orchestrator_resolveMutations_ts --> module_src_host_modules_catalog_ts
  module_src_host_orchestrator_resolveMutations_ts --> module_src_host_modules_layout_ts
  module_src_host_orchestrator_scaffolder_ts --> module_src_host_manifestSystem_index_ts
  module_src_host_orchestrator_scaffolder_ts --> module_src_host_orchestrator_generatedAppFiles_ts
  module_src_host_orchestrator_scaffolder_ts --> module_src_host_orchestrator_templates_ts
  module_src_host_orchestrator_scaffolder_ts --> module_src_host_templateRegistry_index_ts
  module_src_host_orchestrator_scaffolder_ts --> module_src_host_zoraExtensions_index_ts
  module_src_host_orchestrator_studioInfraUp_ts --> module_src_host_orchestrator_infraRuntime_ts
  module_src_host_orchestrator_studioInfraUp_ts --> module_src_host_orchestrator_projectManager_ts
  module_src_host_orchestrator_studioInfraUp_ts --> module_src_host_secrets_trustedOAuthInfraEnvironment_ts
  module_src_host_orchestrator_templates_test_ts --> module_src_host_orchestrator_templates_ts
  module_src_host_secrets_projectSecretService_test_ts --> module_src_authSettings_ts
  module_src_host_secrets_projectSecretService_test_ts --> module_src_host_secrets_projectSecretService_ts
  module_src_host_secrets_projectSecretService_ts --> module_src_host_orchestrator_projectManager_ts
  module_src_host_secrets_projectSecretService_ts --> module_src_host_orchestrator_projectPaths_ts
  module_src_host_secrets_projectSecretService_ts --> module_src_host_secrets_bunSupabaseVaultClient_ts
  module_src_host_secrets_projectSecretService_ts --> module_src_host_secrets_resolveProjectSecretDatabaseUrl_ts
  module_src_host_secrets_projectSecretService_ts --> module_src_projectSecretUsage_ts
  module_src_host_secrets_resolveProjectSecretDatabaseUrl_test_ts --> module_src_host_secrets_resolveProjectSecretDatabaseUrl_ts
  module_src_host_secrets_trustedOAuthInfraEnvironment_test_ts --> module_src_host_secrets_trustedOAuthInfraEnvironment_ts
  module_src_host_secrets_trustedOAuthInfraEnvironment_ts --> module_src_host_orchestrator_projectManager_ts
  module_src_host_secrets_trustedOAuthInfraEnvironment_ts --> module_src_host_secrets_projectSecretService_ts
  module_src_host_studioInfra_e2e_test_ts --> module_src_host_orchestrator_infraRuntime_ts
  module_src_host_studioInfra_e2e_test_ts --> module_src_host_orchestrator_projectManager_ts
  module_src_host_studioInfra_e2e_test_ts --> module_src_host_orchestrator_studioInfraUp_ts
  module_src_host_studioInfra_e2e_test_ts --> module_src_host_secrets_trustedOAuthInfraEnvironment_ts
  module_src_host_studioWorkspaceExpoWeb_smoke_test_ts --> module_src_host_http_serverWithSecrets_ts
  module_src_host_studioWorkspaceExpoWeb_smoke_test_ts --> module_src_host_templateRegistry_index_ts
  module_src_host_templateRegistry_catalog_test_ts --> module_src_host_templateRegistry_index_ts
  module_src_host_templateRegistry_index_ts --> module_src_templateCatalogContracts_ts
  module_src_host_zoraExtensions_index_ts --> module_src_host_templateRegistry_index_ts
  module_src_index_test_ts --> module_src_index_ts
  module_src_index_ts --> module_src_authSettings_ts
  module_src_insertModalModel_public_test_ts --> module_src_index_ts
  module_src_insertModalModel_public_test_ts --> module_src_insertModalModel_ts
  module_src_insertModalModel_test_ts --> module_src_index_ts
  module_src_insertModalModel_test_ts --> module_src_insertModalModel_ts
  module_src_insertModalModel_ts --> module_src_index_ts
  module_src_localizationConfig_public_test_ts --> module_src_localizationConfig_ts
  module_src_localizationConfig_test_ts --> module_src_localizationConfig_ts
  module_src_localizationPanelModel_test_ts --> module_src_localizationPanelModel_ts
  module_src_manifestNavigatorPreviewModel_public_test_ts --> module_src_manifestNavigatorPreviewModel_ts
  module_src_manifestNavigatorPreviewModel_test_ts --> module_src_manifestNavigatorPreviewModel_ts
  module_src_manifestNavigatorPreviewModel_ts --> module_src_routeUtils_ts
  module_src_manifestState_public_test_ts --> module_src_index_ts
  module_src_manifestState_public_test_ts --> module_src_manifestState_ts
  module_src_manifestState_routes_test_ts --> module_src_index_ts
  module_src_manifestState_routes_test_ts --> module_src_manifestState_ts
  module_src_manifestState_test_ts --> module_src_index_ts
  module_src_manifestState_test_ts --> module_src_manifestState_ts
  module_src_manifestState_ts --> module_src_index_ts
  module_src_manifestSync_test_ts --> module_src_index_ts
  module_src_manifestSync_test_ts --> module_src_manifestSync_ts
  module_src_manifestSync_ts --> module_src_index_ts
  module_src_projectAuthApi_test_ts --> module_src_projectAuthApi_ts
  module_src_projectAuthApi_ts --> module_src_projectAuthHealth_ts
  module_src_projectAuthApi_ts --> module_src_secretResponseGuard_ts
  module_src_projectAuthHealth_test_ts --> module_src_projectAuthHealth_ts
  module_src_projectAuthHealth_ts --> module_src_authSettings_ts
  module_src_projectIdentity_test_ts --> module_src_projectIdentity_ts
  module_src_projectIdentity_test_ts --> module_src_projectWorkspaceContracts_ts
  module_src_projectIdentity_ts --> module_src_projectWorkspaceContracts_ts
  module_src_projectSecretApi_test_ts --> module_src_projectSecretApi_ts
  module_src_projectSecretApi_ts --> module_src_projectSecretUsage_ts
  module_src_projectSecretApi_ts --> module_src_secretResponseGuard_ts
  module_src_projectSecretUsage_test_ts --> module_src_projectSecretUsage_ts
  module_src_routeUtils_public_test_ts --> module_src_routeUtils_ts
  module_src_routeUtils_test_ts --> module_src_routeUtils_ts
  module_src_runtime_previewRegistry_ts --> module_src_runtime_appExtensionRegistry_ts
  module_src_runtime_previewRuntimeConfig_ts --> module_src_runtime_actionSuppression_ts
  module_src_runtime_previewRuntimeConfig_ts --> module_src_runtime_previewRegistry_ts
  module_src_runtime_useRuntimeAction_ts --> module_src_runtime_runtimeActions_ts
  module_src_runtimeDiagnosticsModel_test_ts --> module_src_runtimeDiagnosticsModel_ts
  module_src_runtimeLocalization_public_test_ts --> module_src_runtimeLocalization_ts
  module_src_runtimeLocalization_test_ts --> module_src_runtimeLocalization_ts
  module_src_secretResponseGuard_test_ts --> module_src_secretResponseGuard_ts
  module_src_studioAdminRouteModel_test_ts --> module_src_studioAdminRouteModel_ts
  module_src_studioAdminRouteModel_ts --> module_src_index_ts
  module_src_studioSelectionModel_knip_test_ts --> module_src_studioSelectionModel_ts
  module_src_studioSelectionModel_test_ts --> module_src_studioSelectionModel_ts
  module_src_ui_admin_AnkhAdminPage_tsx --> module_src_core_StudioContext_ts
  module_src_ui_admin_AnkhAdminPage_tsx --> module_src_index_ts
  module_src_ui_admin_AnkhAdminPage_tsx --> module_src_studioAdminRouteModel_ts
  module_src_ui_admin_AnkhAdminPage_tsx --> module_src_ui_admin_pages_ApisAdminPage_tsx
  module_src_ui_admin_AnkhAdminPage_tsx --> module_src_ui_admin_pages_AuthAdminPage_tsx
  module_src_ui_admin_AnkhAdminPage_tsx --> module_src_ui_admin_pages_OverviewAdminPage_tsx
  module_src_ui_admin_AnkhAdminPage_tsx --> module_src_ui_admin_pages_PropertiesAdminPage_tsx
  module_src_ui_admin_AnkhAdminPage_tsx --> module_src_ui_admin_pages_SecretsAdminPage_tsx
  module_src_ui_admin_AnkhAdminPage_tsx --> module_src_ui_admin_pages_ThemeAdminPage_tsx
  module_src_ui_admin_AnkhAdminShell_tsx --> module_src_core_StudioContext_ts
  module_src_ui_admin_AnkhAdminShell_tsx --> module_src_index_ts
  module_src_ui_admin_AnkhAdminShell_tsx --> module_src_studioAdminRouteModel_ts
  module_src_ui_admin_AuthAdminSession_tsx --> module_src_ui_admin_pages_adminAuthCredentialFlow_ts
  module_src_ui_admin_AuthAdminSession_tsx --> module_src_ui_admin_pages_adminAuthSessionModel_ts
  module_src_ui_admin_pages_adminAuthCredentialFlow_test_ts --> module_src_authSettings_ts
  module_src_ui_admin_pages_adminAuthCredentialFlow_test_ts --> module_src_ui_admin_pages_adminAuthCredentialFlow_ts
  module_src_ui_admin_pages_adminAuthCredentialFlow_ts --> module_src_authSettings_ts
  module_src_ui_admin_pages_adminAuthHealthFlow_test_ts --> module_src_projectAuthHealth_ts
  module_src_ui_admin_pages_adminAuthHealthFlow_test_ts --> module_src_ui_admin_pages_adminAuthHealthFlow_ts
  module_src_ui_admin_pages_adminAuthHealthFlow_ts --> module_src_projectAuthHealth_ts
  module_src_ui_admin_pages_adminAuthSessionModel_test_ts --> module_src_authSettings_ts
  module_src_ui_admin_pages_adminAuthSessionModel_test_ts --> module_src_ui_admin_pages_adminAuthCredentialFlow_ts
  module_src_ui_admin_pages_adminAuthSessionModel_test_ts --> module_src_ui_admin_pages_adminAuthSessionModel_ts
  module_src_ui_admin_pages_adminAuthSessionModel_ts --> module_src_authSettings_ts
  module_src_ui_admin_pages_adminAuthSessionModel_ts --> module_src_ui_admin_pages_adminAuthCredentialFlow_ts
  module_src_ui_admin_pages_adminDataSourceOperations_ts --> module_src_ui_admin_adminPageUtils_ts
  module_src_ui_admin_pages_adminThemeModel_test_ts --> module_src_ui_admin_pages_adminThemeModel_ts
  module_src_ui_admin_pages_adminThemeModel_ts --> module_src_index_ts
  module_src_ui_admin_pages_ApisAdminPage_test_ts --> module_src_ui_admin_pages_adminDataSourceOperations_ts
  module_src_ui_admin_pages_ApisAdminPage_tsx --> module_src_core_StudioContext_ts
  module_src_ui_admin_pages_ApisAdminPage_tsx --> module_src_index_ts
  module_src_ui_admin_pages_ApisAdminPage_tsx --> module_src_ui_admin_adminPagePrimitives_tsx
  module_src_ui_admin_pages_ApisAdminPage_tsx --> module_src_ui_admin_adminPageUtils_ts
  module_src_ui_admin_pages_ApisAdminPage_tsx --> module_src_ui_admin_pages_adminDataSourceOperations_ts
  module_src_ui_admin_pages_AuthAdminPage_tsx --> module_src_authSettings_ts
  module_src_ui_admin_pages_AuthAdminPage_tsx --> module_src_core_StudioContext_ts
  module_src_ui_admin_pages_AuthAdminPage_tsx --> module_src_index_ts
  module_src_ui_admin_pages_AuthAdminPage_tsx --> module_src_projectAuthApi_ts
  module_src_ui_admin_pages_AuthAdminPage_tsx --> module_src_projectAuthHealth_ts
  module_src_ui_admin_pages_AuthAdminPage_tsx --> module_src_projectSecretApi_ts
  module_src_ui_admin_pages_AuthAdminPage_tsx --> module_src_ui_admin_AuthAdminSession_tsx
  module_src_ui_admin_pages_AuthAdminPage_tsx --> module_src_ui_admin_pages_adminAuthCredentialFlow_ts
  module_src_ui_admin_pages_AuthAdminPage_tsx --> module_src_ui_admin_pages_adminAuthHealthFlow_ts
  module_src_ui_admin_pages_AuthAdminPage_tsx --> module_src_ui_admin_pages_adminAuthSessionModel_ts
  module_src_ui_admin_pages_OverviewAdminPage_tsx --> module_src_core_StudioContext_ts
  module_src_ui_admin_pages_OverviewAdminPage_tsx --> module_src_ui_admin_adminPagePrimitives_tsx
  module_src_ui_admin_pages_PropertiesAdminPage_tsx --> module_src_core_StudioContext_ts
  module_src_ui_admin_pages_PropertiesAdminPage_tsx --> module_src_manifestState_ts
  module_src_ui_admin_pages_PropertiesAdminPage_tsx --> module_src_ui_admin_adminPagePrimitives_tsx
  module_src_ui_admin_pages_PropertiesAdminPage_tsx --> module_src_ui_admin_adminPageUtils_ts
  module_src_ui_admin_pages_SecretsAdminPage_tsx --> module_src_projectSecretApi_ts
  module_src_ui_admin_pages_SecretsAdminPage_tsx --> module_src_projectSecretUsage_ts
  module_src_ui_admin_pages_SecretsAdminPage_tsx --> module_src_ui_admin_AuthAdminSession_tsx
  module_src_ui_admin_pages_SecretsAdminPage_tsx --> module_src_ui_admin_pages_adminAuthSessionModel_ts
  module_src_ui_admin_pages_ThemeAdminPage_test_ts --> module_src_ui_admin_pages_adminThemeHarmony_ts
  module_src_ui_admin_pages_ThemeAdminPage_tsx --> module_src_core_StudioContext_ts
  module_src_ui_admin_pages_ThemeAdminPage_tsx --> module_src_index_ts
  module_src_ui_admin_pages_ThemeAdminPage_tsx --> module_src_ui_admin_adminPagePrimitives_tsx
  module_src_ui_admin_pages_ThemeAdminPage_tsx --> module_src_ui_admin_pages_adminThemeHarmony_ts
  module_src_ui_admin_pages_ThemeAdminPage_tsx --> module_src_ui_admin_pages_adminThemeModel_ts
  module_src_ui_AnkhStudio_ts --> module_src_core_StudioContext_ts
  module_src_ui_useStudioAppBarAugmentation_test_ts --> module_src_ui_studioAppBarModel_ts
  module_src_ui_useStudioAppBarAugmentation_ts --> module_src_core_StudioContext_ts
  module_src_ui_useStudioAppBarAugmentation_ts --> module_src_studioAdminRouteModel_ts
  module_src_ui_useStudioAppBarAugmentation_ts --> module_src_studioSelectionModel_ts
  module_src_ui_useStudioAppBarAugmentation_ts --> module_src_ui_studioAppBarModel_ts
  module_src_utils_treeUtils_ts --> module_src_index_ts
  module_src_workspacePlatform_test_ts --> module_src_workspacePlatform_ts
  module_src_workspaceSearch_ts --> module_src_projectWorkspaceContracts_ts
  module_src_workspaceSearch_ts --> module_src_templateCatalogContracts_ts
